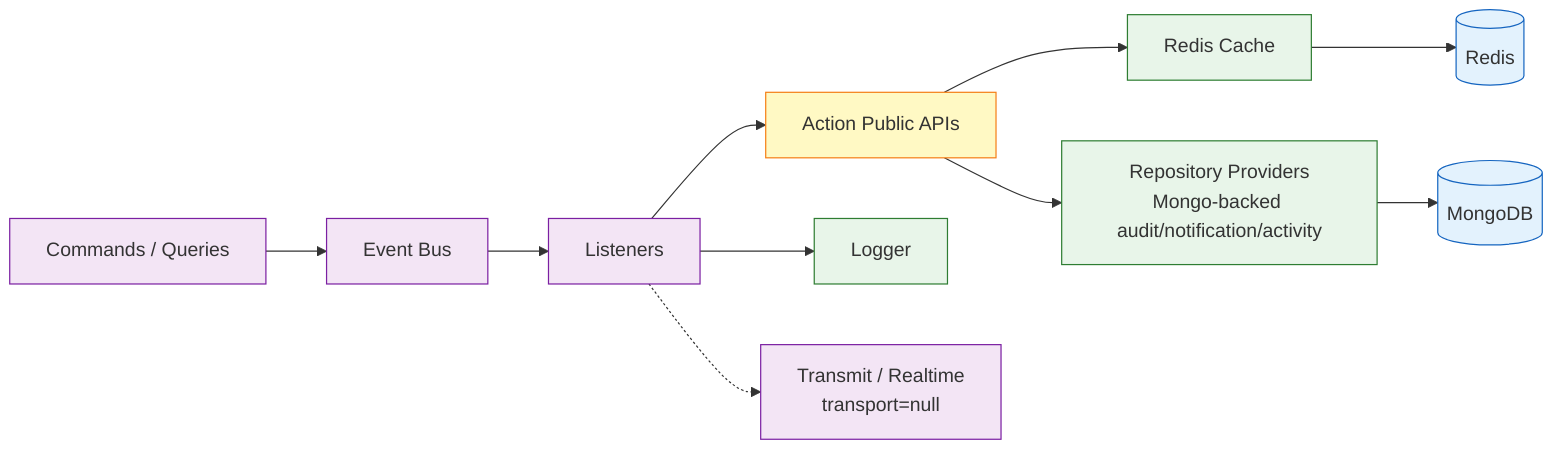
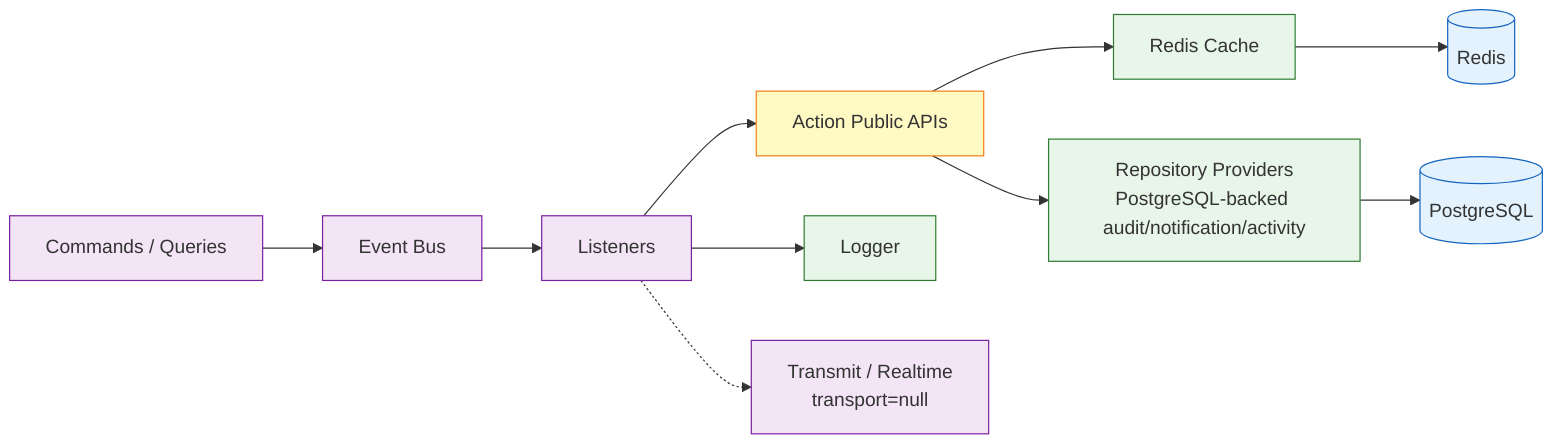
%% Architecture Diagram: Runtime Support & Cross-Cutting Services
- %% Updated 2026-05-18.
+ %% Updated 2026-06-12.

flowchart LR
    Commands["Commands / Queries"]
    EventBus["Event Bus"]
    Listeners["Listeners"]
    PublicApis["Action Public APIs"]
    Cache["Redis Cache"]
-     RepoProviders["Repository Providers\nMongo-backed audit/notification/activity"]
+     RepoProviders["Repository Providers\nPostgreSQL-backed audit/notification/activity"]
    Logger["Logger"]
-     Mongo[("MongoDB")]
+     Postgres[("PostgreSQL")]
    Redis[("Redis")]
    Realtime["Transmit / Realtime\ntransport=null"]

    Commands --> EventBus
    EventBus --> Listeners
    Listeners --> PublicApis
    Listeners --> Logger

    PublicApis --> Cache
    Cache --> Redis
    PublicApis --> RepoProviders
-     RepoProviders --> Mongo
+     RepoProviders --> Postgres

    Listeners -.-> Realtime

    classDef runtime fill:#F3E5F5,stroke:#7B1FA2,color:#333
    classDef boundary fill:#FFF9C4,stroke:#F57F17,color:#333
    classDef infra fill:#E8F5E9,stroke:#2E7D32,color:#333
    classDef data fill:#E3F2FD,stroke:#1565C0,color:#333
    class Commands,EventBus,Listeners,Realtime runtime
    class PublicApis boundary
    class Cache,RepoProviders,Logger infra
-     class Mongo,Redis data
+     class Postgres,Redis data
